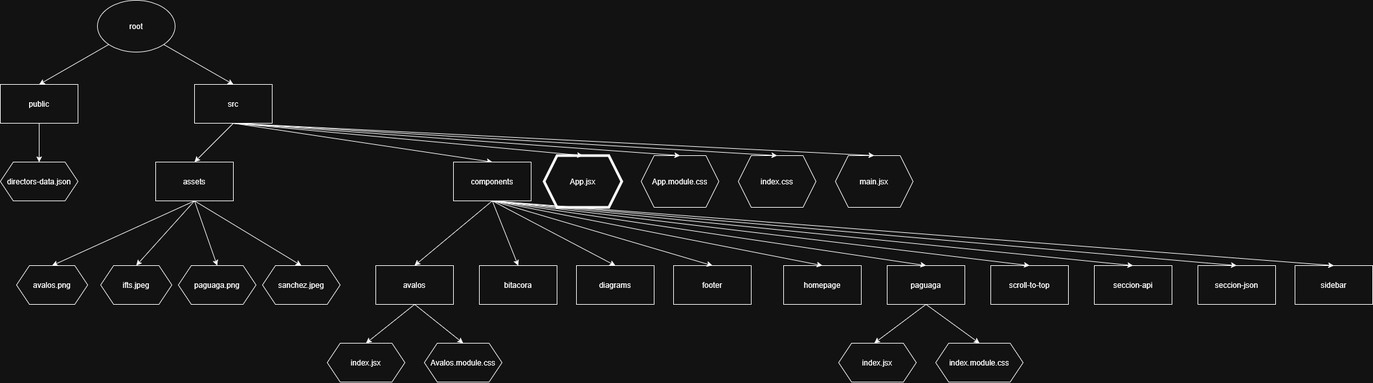
Earlier version of the draw.io export src/assets/structure_diagram.png (sanavalos/dswf-tp3-grupo16). Source tidied: cells renumbered, new cells last; positions are measured from the earlier drawing's top-left corner, leaving out a move shared by most shapes.
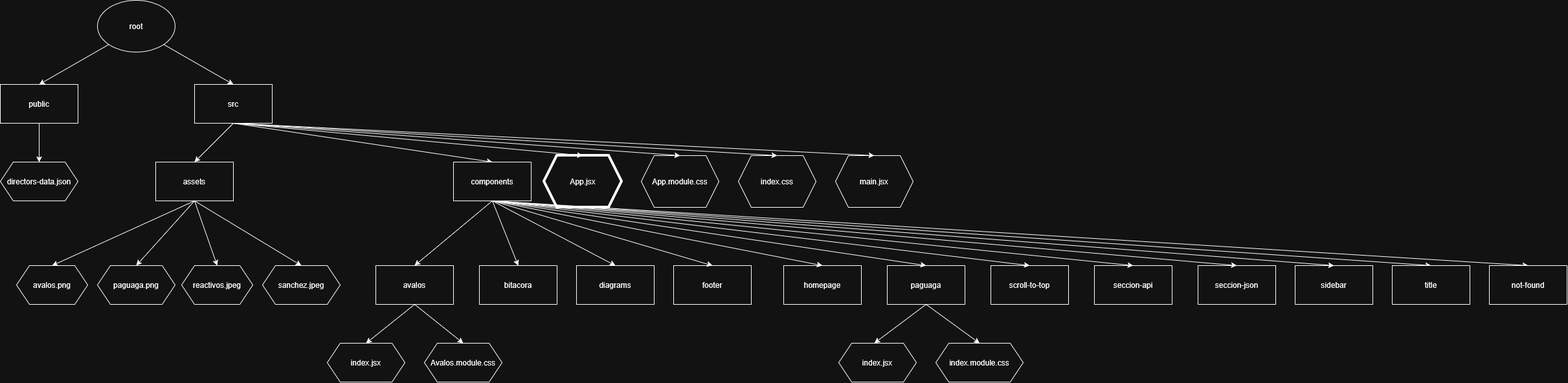
The same file after the commit.

Commit message:
chore: update tree and structure diagram

Diff of the diagram source:
```diff
@@ -14,13 +14,13 @@
     <mxCell id="5" style="rounded=0;jettySize=auto;html=1;exitX=0.5;exitY=1;exitDx=0;exitDy=0;entryX=0.5;entryY=0;entryDx=0;entryDy=0;" parent="1" edge="1" source="7" target="15">
       <mxGeometry relative="1" as="geometry" />
     </mxCell>
-    <mxCell id="6" style="rounded=0;jettySize=auto;html=1;exitX=0.5;exitY=1;exitDx=0;exitDy=0;entryX=0.5;entryY=0;entryDx=0;entryDy=0;" parent="1" edge="1" source="7" target="18">
+    <mxCell id="6" style="rounded=0;jettySize=auto;html=1;exitX=0.5;exitY=1;exitDx=0;exitDy=0;entryX=0.5;entryY=0;entryDx=0;entryDy=0;" parent="1" edge="1" source="7" target="20">
       <mxGeometry relative="1" as="geometry" />
     </mxCell>
     <mxCell id="7" value="src" style="rounded=0;whiteSpace=wrap;html=1;" parent="1" vertex="1">
       <mxGeometry x="300" y="130" width="120" height="60" as="geometry" />
     </mxCell>
-    <mxCell id="8" style="edgeStyle=orthogonalEdgeStyle;rounded=0;jettySize=auto;html=1;exitX=0.5;exitY=1;exitDx=0;exitDy=0;entryX=0.5;entryY=0;entryDx=0;entryDy=0;" parent="1" edge="1" source="9" target="48">
+    <mxCell id="8" style="edgeStyle=orthogonalEdgeStyle;rounded=0;jettySize=auto;html=1;exitX=0.5;exitY=1;exitDx=0;exitDy=0;entryX=0.5;entryY=0;entryDx=0;entryDy=0;" parent="1" edge="1" source="9" target="50">
       <mxGeometry relative="1" as="geometry" />
     </mxCell>
     <mxCell id="9" value="public" style="rounded=0;whiteSpace=wrap;html=1;" parent="1" vertex="1">
@@ -38,138 +38,150 @@
     <mxCell id="13" value="main.jsx" style="shape=hexagon;perimeter=hexagonPerimeter2;whiteSpace=wrap;html=1;fixedSize=1;" parent="1" vertex="1">
       <mxGeometry x="1290" y="240" width="120" height="80" as="geometry" />
     </mxCell>
-    <mxCell id="14" style="rounded=0;jettySize=auto;html=1;exitX=0.5;exitY=1;exitDx=0;exitDy=0;entryX=0.5;entryY=0;entryDx=0;entryDy=0;" parent="1" edge="1" source="15" target="41">
+    <mxCell id="14" style="rounded=0;jettySize=auto;html=1;exitX=0.5;exitY=1;exitDx=0;exitDy=0;entryX=0.5;entryY=0;entryDx=0;entryDy=0;" parent="1" edge="1" source="15" target="43">
       <mxGeometry relative="1" as="geometry" />
     </mxCell>
     <mxCell id="15" value="assets" style="rounded=0;whiteSpace=wrap;html=1;" parent="1" vertex="1">
       <mxGeometry x="240" y="250" width="120" height="60" as="geometry" />
     </mxCell>
-    <mxCell id="16" style="rounded=0;jettySize=auto;html=1;exitX=0.5;exitY=1;exitDx=0;exitDy=0;entryX=0.5;entryY=0;entryDx=0;entryDy=0;" parent="1" edge="1" source="18" target="20">
+    <mxCell id="16" style="rounded=0;jettySize=auto;html=1;exitX=0.5;exitY=1;exitDx=0;exitDy=0;entryX=0.5;entryY=0;entryDx=0;entryDy=0;" parent="1" edge="1" source="20" target="22">
       <mxGeometry relative="1" as="geometry" />
     </mxCell>
-    <mxCell id="17" style="rounded=0;jettySize=auto;html=1;exitX=0.5;exitY=1;exitDx=0;exitDy=0;entryX=0.5;entryY=0;entryDx=0;entryDy=0;" parent="1" edge="1" source="18" target="56">
+    <mxCell id="17" style="rounded=0;jettySize=auto;html=1;exitX=0.5;exitY=1;exitDx=0;exitDy=0;entryX=0.5;entryY=0;entryDx=0;entryDy=0;" parent="1" edge="1" source="20" target="58">
       <mxGeometry relative="1" as="geometry" />
     </mxCell>
-    <mxCell id="18" value="components" style="rounded=0;whiteSpace=wrap;html=1;" parent="1" vertex="1">
-      <mxGeometry x="700" y="250" width="120" height="60" as="geometry" />
+    <mxCell id="18" style="rounded=0;jettySize=auto;html=1;exitX=0.5;exitY=1;exitDx=0;exitDy=0;entryX=0.5;entryY=0;entryDx=0;entryDy=0;" parent="1" edge="1" source="20" target="59">
+      <mxGeometry relative="1" as="geometry" />
     </mxCell>
-    <mxCell id="19" style="rounded=0;jettySize=auto;html=1;exitX=0.5;exitY=1;exitDx=0;exitDy=0;entryX=0.5;entryY=0;entryDx=0;entryDy=0;" parent="1" edge="1" source="20" target="49">
+    <mxCell id="19" style="rounded=0;jettySize=auto;html=1;exitX=0.5;exitY=1;exitDx=0;exitDy=0;entryX=0.5;entryY=0;entryDx=0;entryDy=0;endArrow=classic;endFill=1;" parent="1" edge="1" source="20" target="60">
       <mxGeometry relative="1" as="geometry" />
     </mxCell>
-    <mxCell id="20" value="avalos" style="rounded=0;whiteSpace=wrap;html=1;" parent="1" vertex="1">
-      <mxGeometry x="580" y="410" width="120" height="60" as="geometry" />
+    <mxCell id="20" value="components" style="rounded=0;whiteSpace=wrap;html=1;" parent="1" vertex="1">
+      <mxGeometry x="700" y="250" width="120" height="60" as="geometry" />
     </mxCell>
-    <mxCell id="21" value="bitacora" style="rounded=0;whiteSpace=wrap;html=1;" parent="1" vertex="1">
-      <mxGeometry x="740" y="410" width="120" height="60" as="geometry" />
+    <mxCell id="21" style="rounded=0;jettySize=auto;html=1;exitX=0.5;exitY=1;exitDx=0;exitDy=0;entryX=0.5;entryY=0;entryDx=0;entryDy=0;" parent="1" edge="1" source="22" target="51">
+      <mxGeometry relative="1" as="geometry" />
     </mxCell>
-    <mxCell id="22" value="footer" style="rounded=0;whiteSpace=wrap;html=1;" parent="1" vertex="1">
-      <mxGeometry x="1040" y="410" width="120" height="60" as="geometry" />
+    <mxCell id="22" value="avalos" style="rounded=0;whiteSpace=wrap;html=1;" parent="1" vertex="1">
+      <mxGeometry x="580" y="410" width="120" height="60" as="geometry" />
     </mxCell>
-    <mxCell id="23" value="homepage" style="rounded=0;whiteSpace=wrap;html=1;" parent="1" vertex="1">
-      <mxGeometry x="1210" y="410" width="120" height="60" as="geometry" />
+    <mxCell id="23" value="bitacora" style="rounded=0;whiteSpace=wrap;html=1;" parent="1" vertex="1">
+      <mxGeometry x="740" y="410" width="120" height="60" as="geometry" />
     </mxCell>
-    <mxCell id="24" value="paguaga" style="rounded=0;whiteSpace=wrap;html=1;" parent="1" vertex="1">
-      <mxGeometry x="1370" y="410" width="120" height="60" as="geometry" />
+    <mxCell id="24" value="footer" style="rounded=0;whiteSpace=wrap;html=1;" parent="1" vertex="1">
+      <mxGeometry x="1040" y="410" width="120" height="60" as="geometry" />
     </mxCell>
-    <mxCell id="25" value="scroll-to-top" style="rounded=0;whiteSpace=wrap;html=1;" parent="1" vertex="1">
-      <mxGeometry x="1530" y="410" width="120" height="60" as="geometry" />
+    <mxCell id="25" value="homepage" style="rounded=0;whiteSpace=wrap;html=1;" parent="1" vertex="1">
+      <mxGeometry x="1210" y="410" width="120" height="60" as="geometry" />
     </mxCell>
-    <mxCell id="26" value="seccion-api" style="rounded=0;whiteSpace=wrap;html=1;" parent="1" vertex="1">
-      <mxGeometry x="1690" y="410" width="120" height="60" as="geometry" />
+    <mxCell id="26" value="paguaga" style="rounded=0;whiteSpace=wrap;html=1;" parent="1" vertex="1">
+      <mxGeometry x="1370" y="410" width="120" height="60" as="geometry" />
     </mxCell>
-    <mxCell id="27" value="seccion-json" style="rounded=0;whiteSpace=wrap;html=1;" parent="1" vertex="1">
-      <mxGeometry x="1850" y="410" width="120" height="60" as="geometry" />
+    <mxCell id="27" value="scroll-to-top" style="rounded=0;whiteSpace=wrap;html=1;" parent="1" vertex="1">
+      <mxGeometry x="1530" y="410" width="120" height="60" as="geometry" />
     </mxCell>
-    <mxCell id="28" value="sidebar" style="rounded=0;whiteSpace=wrap;html=1;" parent="1" vertex="1">
-      <mxGeometry x="2000" y="410" width="120" height="60" as="geometry" />
+    <mxCell id="28" value="seccion-api" style="rounded=0;whiteSpace=wrap;html=1;" parent="1" vertex="1">
+      <mxGeometry x="1690" y="410" width="120" height="60" as="geometry" />
     </mxCell>
-    <mxCell id="29" style="rounded=0;jettySize=auto;html=1;exitX=0.5;exitY=1;exitDx=0;exitDy=0;entryX=0.5;entryY=0;entryDx=0;entryDy=0;" parent="1" edge="1" source="7" target="10">
-      <mxGeometry relative="1" as="geometry" />
+    <mxCell id="29" value="seccion-json" style="rounded=0;whiteSpace=wrap;html=1;" parent="1" vertex="1">
+      <mxGeometry x="1850" y="410" width="120" height="60" as="geometry" />
     </mxCell>
-    <mxCell id="30" style="rounded=0;jettySize=auto;html=1;entryX=0.5;entryY=0;entryDx=0;entryDy=0;" parent="1" edge="1" target="11">
-      <mxGeometry relative="1" as="geometry">
-        <mxPoint x="360" y="190" as="sourcePoint" />
-      </mxGeometry>
+    <mxCell id="30" value="sidebar" style="rounded=0;whiteSpace=wrap;html=1;" parent="1" vertex="1">
+      <mxGeometry x="2000" y="410" width="120" height="60" as="geometry" />
     </mxCell>
-    <mxCell id="31" style="rounded=0;jettySize=auto;html=1;exitX=0.5;exitY=1;exitDx=0;exitDy=0;entryX=0.5;entryY=0;entryDx=0;entryDy=0;" parent="1" edge="1" source="7" target="12">
+    <mxCell id="31" style="rounded=0;jettySize=auto;html=1;exitX=0.5;exitY=1;exitDx=0;exitDy=0;entryX=0.5;entryY=0;entryDx=0;entryDy=0;" parent="1" edge="1" source="7" target="10">
       <mxGeometry relative="1" as="geometry" />
     </mxCell>
-    <mxCell id="32" style="rounded=0;jettySize=auto;html=1;exitX=0.5;exitY=1;exitDx=0;exitDy=0;entryX=0.5;entryY=0;entryDx=0;entryDy=0;" parent="1" edge="1" source="7" target="13">
-      <mxGeometry relative="1" as="geometry" />
+    <mxCell id="32" style="rounded=0;jettySize=auto;html=1;entryX=0.5;entryY=0;entryDx=0;entryDy=0;" parent="1" edge="1" target="11">
+      <mxGeometry relative="1" as="geometry">
+        <mxPoint x="360" y="190" as="sourcePoint" />
+      </mxGeometry>
     </mxCell>
-    <mxCell id="33" style="rounded=0;jettySize=auto;html=1;entryX=0.5;entryY=0;entryDx=0;entryDy=0;exitX=0.5;exitY=1;exitDx=0;exitDy=0;" parent="1" edge="1" source="18" target="21">
+    <mxCell id="33" style="rounded=0;jettySize=auto;html=1;exitX=0.5;exitY=1;exitDx=0;exitDy=0;entryX=0.5;entryY=0;entryDx=0;entryDy=0;" parent="1" edge="1" source="7" target="12">
       <mxGeometry relative="1" as="geometry" />
     </mxCell>
-    <mxCell id="34" style="rounded=0;jettySize=auto;html=1;entryX=0.5;entryY=0;entryDx=0;entryDy=0;exitX=0.5;exitY=1;exitDx=0;exitDy=0;" parent="1" edge="1" source="18" target="22">
+    <mxCell id="34" style="rounded=0;jettySize=auto;html=1;exitX=0.5;exitY=1;exitDx=0;exitDy=0;entryX=0.5;entryY=0;entryDx=0;entryDy=0;" parent="1" edge="1" source="7" target="13">
       <mxGeometry relative="1" as="geometry" />
     </mxCell>
-    <mxCell id="35" style="rounded=0;jettySize=auto;html=1;entryX=0.5;entryY=0;entryDx=0;entryDy=0;exitX=0.5;exitY=1;exitDx=0;exitDy=0;" parent="1" edge="1" source="18" target="23">
+    <mxCell id="35" style="rounded=0;jettySize=auto;html=1;entryX=0.5;entryY=0;entryDx=0;entryDy=0;exitX=0.5;exitY=1;exitDx=0;exitDy=0;" parent="1" edge="1" source="20" target="23">
       <mxGeometry relative="1" as="geometry" />
     </mxCell>
-    <mxCell id="36" style="rounded=0;jettySize=auto;html=1;entryX=0.5;entryY=0;entryDx=0;entryDy=0;exitX=0.5;exitY=1;exitDx=0;exitDy=0;" parent="1" edge="1" source="18" target="24">
+    <mxCell id="36" style="rounded=0;jettySize=auto;html=1;entryX=0.5;entryY=0;entryDx=0;entryDy=0;exitX=0.5;exitY=1;exitDx=0;exitDy=0;" parent="1" edge="1" source="20" target="24">
       <mxGeometry relative="1" as="geometry" />
     </mxCell>
-    <mxCell id="37" style="rounded=0;jettySize=auto;html=1;entryX=0.5;entryY=0;entryDx=0;entryDy=0;exitX=0.5;exitY=1;exitDx=0;exitDy=0;" parent="1" edge="1" source="18" target="25">
+    <mxCell id="37" style="rounded=0;jettySize=auto;html=1;entryX=0.5;entryY=0;entryDx=0;entryDy=0;exitX=0.5;exitY=1;exitDx=0;exitDy=0;" parent="1" edge="1" source="20" target="25">
       <mxGeometry relative="1" as="geometry" />
     </mxCell>
-    <mxCell id="38" style="rounded=0;jettySize=auto;html=1;entryX=0.5;entryY=0;entryDx=0;entryDy=0;exitX=0.5;exitY=1;exitDx=0;exitDy=0;" parent="1" edge="1" source="18" target="26">
+    <mxCell id="38" style="rounded=0;jettySize=auto;html=1;entryX=0.5;entryY=0;entryDx=0;entryDy=0;exitX=0.5;exitY=1;exitDx=0;exitDy=0;" parent="1" edge="1" source="20" target="26">
       <mxGeometry relative="1" as="geometry" />
     </mxCell>
-    <mxCell id="39" style="rounded=0;jettySize=auto;html=1;entryX=0.5;entryY=0;entryDx=0;entryDy=0;exitX=0.5;exitY=1;exitDx=0;exitDy=0;" parent="1" edge="1" source="18" target="27">
+    <mxCell id="39" style="rounded=0;jettySize=auto;html=1;entryX=0.5;entryY=0;entryDx=0;entryDy=0;exitX=0.5;exitY=1;exitDx=0;exitDy=0;" parent="1" edge="1" source="20" target="27">
       <mxGeometry relative="1" as="geometry" />
     </mxCell>
-    <mxCell id="40" style="rounded=0;jettySize=auto;html=1;exitX=0.5;exitY=1;exitDx=0;exitDy=0;entryX=0.5;entryY=0;entryDx=0;entryDy=0;" parent="1" edge="1" source="18" target="28">
+    <mxCell id="40" style="rounded=0;jettySize=auto;html=1;entryX=0.5;entryY=0;entryDx=0;entryDy=0;exitX=0.5;exitY=1;exitDx=0;exitDy=0;" parent="1" edge="1" source="20" target="28">
       <mxGeometry relative="1" as="geometry" />
     </mxCell>
-    <mxCell id="41" value="&lt;div&gt;avalos.png&lt;/div&gt;" style="shape=hexagon;perimeter=hexagonPerimeter2;whiteSpace=wrap;html=1;fixedSize=1;" parent="1" vertex="1">
-      <mxGeometry x="25" y="410" width="110" height="60" as="geometry" />
+    <mxCell id="41" style="rounded=0;jettySize=auto;html=1;entryX=0.5;entryY=0;entryDx=0;entryDy=0;exitX=0.5;exitY=1;exitDx=0;exitDy=0;" parent="1" edge="1" source="20" target="29">
+      <mxGeometry relative="1" as="geometry" />
     </mxCell>
-    <mxCell id="42" value="&lt;div&gt;paguaga.png&lt;/div&gt;" style="shape=hexagon;perimeter=hexagonPerimeter2;whiteSpace=wrap;html=1;fixedSize=1;" parent="1" vertex="1">
-      <mxGeometry x="275" y="410" width="120" height="60" as="geometry" />
+    <mxCell id="42" style="rounded=0;jettySize=auto;html=1;exitX=0.5;exitY=1;exitDx=0;exitDy=0;entryX=0.5;entryY=0;entryDx=0;entryDy=0;" parent="1" edge="1" source="20" target="30">
+      <mxGeometry relative="1" as="geometry" />
     </mxCell>
-    <mxCell id="43" value="ifts.jpeg" style="shape=hexagon;perimeter=hexagonPerimeter2;whiteSpace=wrap;html=1;fixedSize=1;" parent="1" vertex="1">
-      <mxGeometry x="155" y="410" width="110" height="60" as="geometry" />
+    <mxCell id="43" value="&lt;div&gt;avalos.png&lt;/div&gt;" style="shape=hexagon;perimeter=hexagonPerimeter2;whiteSpace=wrap;html=1;fixedSize=1;" parent="1" vertex="1">
+      <mxGeometry x="25" y="410" width="110" height="60" as="geometry" />
     </mxCell>
-    <mxCell id="44" value="sanchez.jpeg" style="shape=hexagon;perimeter=hexagonPerimeter2;whiteSpace=wrap;html=1;fixedSize=1;" parent="1" vertex="1">
-      <mxGeometry x="405" y="410" width="120" height="60" as="geometry" />
+    <mxCell id="44" value="&lt;div&gt;paguaga.png&lt;/div&gt;" style="shape=hexagon;perimeter=hexagonPerimeter2;whiteSpace=wrap;html=1;fixedSize=1;" parent="1" vertex="1">
+      <mxGeometry x="150" y="410" width="120" height="60" as="geometry" />
     </mxCell>
-    <mxCell id="45" style="rounded=0;jettySize=auto;html=1;exitX=0.5;exitY=1;exitDx=0;exitDy=0;entryX=0.5;entryY=0;entryDx=0;entryDy=0;" parent="1" edge="1" source="15" target="43">
-      <mxGeometry relative="1" as="geometry" />
+    <mxCell id="45" value="reactivos.jpeg" style="shape=hexagon;perimeter=hexagonPerimeter2;whiteSpace=wrap;html=1;fixedSize=1;" parent="1" vertex="1">
+      <mxGeometry x="280" y="410" width="110" height="60" as="geometry" />
     </mxCell>
-    <mxCell id="46" style="rounded=0;jettySize=auto;html=1;exitX=0.5;exitY=1;exitDx=0;exitDy=0;entryX=0.5;entryY=0;entryDx=0;entryDy=0;" parent="1" edge="1" source="15" target="42">
-      <mxGeometry relative="1" as="geometry" />
+    <mxCell id="46" value="sanchez.jpeg" style="shape=hexagon;perimeter=hexagonPerimeter2;whiteSpace=wrap;html=1;fixedSize=1;" parent="1" vertex="1">
+      <mxGeometry x="405" y="410" width="120" height="60" as="geometry" />
     </mxCell>
-    <mxCell id="47" style="rounded=0;jettySize=auto;html=1;entryX=0.5;entryY=0;entryDx=0;entryDy=0;exitX=0.5;exitY=1;exitDx=0;exitDy=0;" parent="1" edge="1" source="15" target="44">
+    <mxCell id="47" style="rounded=0;jettySize=auto;html=1;exitX=0.5;exitY=1;exitDx=0;exitDy=0;entryX=0.5;entryY=0;entryDx=0;entryDy=0;" parent="1" edge="1" source="15" target="45">
       <mxGeometry relative="1" as="geometry" />
     </mxCell>
-    <mxCell id="48" value="directors-data.json" style="shape=hexagon;perimeter=hexagonPerimeter2;whiteSpace=wrap;html=1;fixedSize=1;" parent="1" vertex="1">
-      <mxGeometry y="250" width="120" height="60" as="geometry" />
+    <mxCell id="48" style="rounded=0;jettySize=auto;html=1;exitX=0.5;exitY=1;exitDx=0;exitDy=0;entryX=0.5;entryY=0;entryDx=0;entryDy=0;" parent="1" edge="1" source="15" target="44">
+      <mxGeometry relative="1" as="geometry" />
     </mxCell>
-    <mxCell id="49" value="index.jsx" style="shape=hexagon;perimeter=hexagonPerimeter2;whiteSpace=wrap;html=1;fixedSize=1;" parent="1" vertex="1">
-      <mxGeometry x="505" y="530" width="120" height="60" as="geometry" />
+    <mxCell id="49" style="rounded=0;jettySize=auto;html=1;entryX=0.5;entryY=0;entryDx=0;entryDy=0;exitX=0.5;exitY=1;exitDx=0;exitDy=0;" parent="1" edge="1" source="15" target="46">
+      <mxGeometry relative="1" as="geometry" />
     </mxCell>
-    <mxCell id="50" value="Avalos.module.css" style="shape=hexagon;perimeter=hexagonPerimeter2;whiteSpace=wrap;html=1;fixedSize=1;" parent="1" vertex="1">
-      <mxGeometry x="655" y="530" width="120" height="60" as="geometry" />
+    <mxCell id="50" value="directors-data.json" style="shape=hexagon;perimeter=hexagonPerimeter2;whiteSpace=wrap;html=1;fixedSize=1;" parent="1" vertex="1">
+      <mxGeometry y="250" width="120" height="60" as="geometry" />
     </mxCell>
     <mxCell id="51" value="index.jsx" style="shape=hexagon;perimeter=hexagonPerimeter2;whiteSpace=wrap;html=1;fixedSize=1;" parent="1" vertex="1">
-      <mxGeometry x="1295" y="530" width="120" height="60" as="geometry" />
+      <mxGeometry x="505" y="530" width="120" height="60" as="geometry" />
     </mxCell>
-    <mxCell id="52" value="index.module.css" style="shape=hexagon;perimeter=hexagonPerimeter2;whiteSpace=wrap;html=1;fixedSize=1;" parent="1" vertex="1">
-      <mxGeometry x="1445" y="530" width="135" height="60" as="geometry" />
+    <mxCell id="52" value="Avalos.module.css" style="shape=hexagon;perimeter=hexagonPerimeter2;whiteSpace=wrap;html=1;fixedSize=1;" parent="1" vertex="1">
+      <mxGeometry x="655" y="530" width="120" height="60" as="geometry" />
     </mxCell>
-    <mxCell id="53" style="rounded=0;jettySize=auto;html=1;exitX=0.5;exitY=1;exitDx=0;exitDy=0;entryX=0.5;entryY=0;entryDx=0;entryDy=0;" parent="1" edge="1" source="20" target="50">
-      <mxGeometry relative="1" as="geometry" />
+    <mxCell id="53" value="index.jsx" style="shape=hexagon;perimeter=hexagonPerimeter2;whiteSpace=wrap;html=1;fixedSize=1;" parent="1" vertex="1">
+      <mxGeometry x="1295" y="530" width="120" height="60" as="geometry" />
     </mxCell>
-    <mxCell id="54" style="rounded=0;jettySize=auto;html=1;exitX=0.5;exitY=1;exitDx=0;exitDy=0;entryX=0.5;entryY=0;entryDx=0;entryDy=0;" parent="1" edge="1" source="24" target="52">
-      <mxGeometry relative="1" as="geometry" />
+    <mxCell id="54" value="index.module.css" style="shape=hexagon;perimeter=hexagonPerimeter2;whiteSpace=wrap;html=1;fixedSize=1;" parent="1" vertex="1">
+      <mxGeometry x="1445" y="530" width="135" height="60" as="geometry" />
     </mxCell>
-    <mxCell id="55" style="rounded=0;jettySize=auto;html=1;entryX=0.5;entryY=0;entryDx=0;entryDy=0;exitX=0.5;exitY=1;exitDx=0;exitDy=0;" parent="1" edge="1" source="24">
-      <mxGeometry relative="1" as="geometry">
-        <mxPoint x="1350" y="530" as="targetPoint" />
-      </mxGeometry>
+    <mxCell id="55" style="rounded=0;jettySize=auto;html=1;exitX=0.5;exitY=1;exitDx=0;exitDy=0;entryX=0.5;entryY=0;entryDx=0;entryDy=0;" parent="1" edge="1" source="22" target="52">
+      <mxGeometry relative="1" as="geometry" />
     </mxCell>
-    <mxCell id="56" value="diagrams" style="rounded=0;whiteSpace=wrap;html=1;" parent="1" vertex="1">
-      <mxGeometry x="890" y="410" width="120" height="60" as="geometry" />
+    <mxCell id="56" style="rounded=0;jettySize=auto;html=1;exitX=0.5;exitY=1;exitDx=0;exitDy=0;entryX=0.5;entryY=0;entryDx=0;entryDy=0;" parent="1" edge="1" source="26" target="54">
+      <mxGeometry relative="1" as="geometry" />
     </mxCell>
+    <mxCell id="57" style="rounded=0;jettySize=auto;html=1;entryX=0.5;entryY=0;entryDx=0;entryDy=0;exitX=0.5;exitY=1;exitDx=0;exitDy=0;" parent="1" edge="1" source="26">
+      <mxGeometry relative="1" as="geometry">
+        <mxPoint x="1350" y="530" as="targetPoint" />
+      </mxGeometry>
+    </mxCell>
+    <mxCell id="58" value="diagrams" style="rounded=0;whiteSpace=wrap;html=1;" parent="1" vertex="1">
+      <mxGeometry x="890" y="410" width="120" height="60" as="geometry" />
+    </mxCell>
+    <mxCell id="59" value="title" style="rounded=0;whiteSpace=wrap;html=1;" parent="1" vertex="1">
+      <mxGeometry x="2150" y="410" width="120" height="60" as="geometry" />
+    </mxCell>
+    <mxCell id="60" value="not-found" style="rounded=0;whiteSpace=wrap;html=1;" parent="1" vertex="1">
+      <mxGeometry x="2300" y="410" width="120" height="60" as="geometry" />
+    </mxCell>
   </root>
 </mxGraphModel>
```
